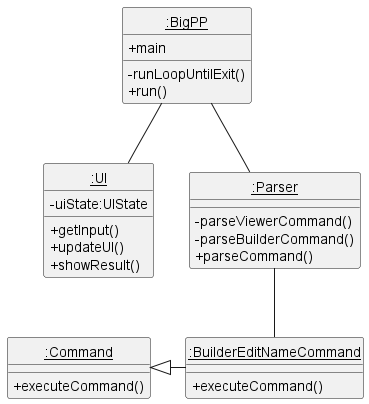
typingpanda/tp keeps this PlantUML diagram as docs/uml-pictures/BuilderObjectDiagram.png. Above is the earlier version.
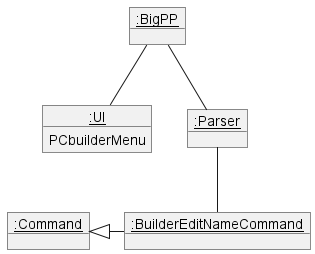
The same file after the commit.

Commit message:
Fix Object diagram

Change to the diagram source:
```diff
@@ -1,51 +1,17 @@
 @startuml
 skinparam classAttributeIconSize 0
 
-class "<u>:BigPP</u>" as BigPP
-class "<u>:UI</u>" as UI
-class "<u>:Parser</u>" as Parser
-class "<u>:Command</u>" as Command
-class "<u>:BuilderEditNameCommand</u>" as BuilderEditNameCommand
+object "<u>:BigPP</u>" as BigPP
+object "<u>:UI</u>" as UI
+object "<u>:Parser</u>" as Parser
+object "<u>:Command</u>" as Command
+object "<u>:BuilderEditNameCommand</u>" as BuilderEditNameCommand
 
-class BigPP {
-    +main
-
-    -runLoopUntilExit()
-    +run()
-}
-
-class UI {
-    -uiState:UIState
-
-    +getInput()
-    +updateUI()
-    +showResult()
-}
-
-class Parser {
-
-    -parseViewerCommand()
-    -parseBuilderCommand()
-    +parseCommand()
-}
-
-class Command {
-
-    +executeCommand()
-}
-
-class BuilderEditNameCommand {
-
-    +executeCommand()
-}
-
-
+UI : PCbuilderMenu
 
 BigPP -- UI
 BigPP -- Parser
 Parser -- BuilderEditNameCommand
 Command <|-right- BuilderEditNameCommand
 
-hide circle
-
 @enduml
```
